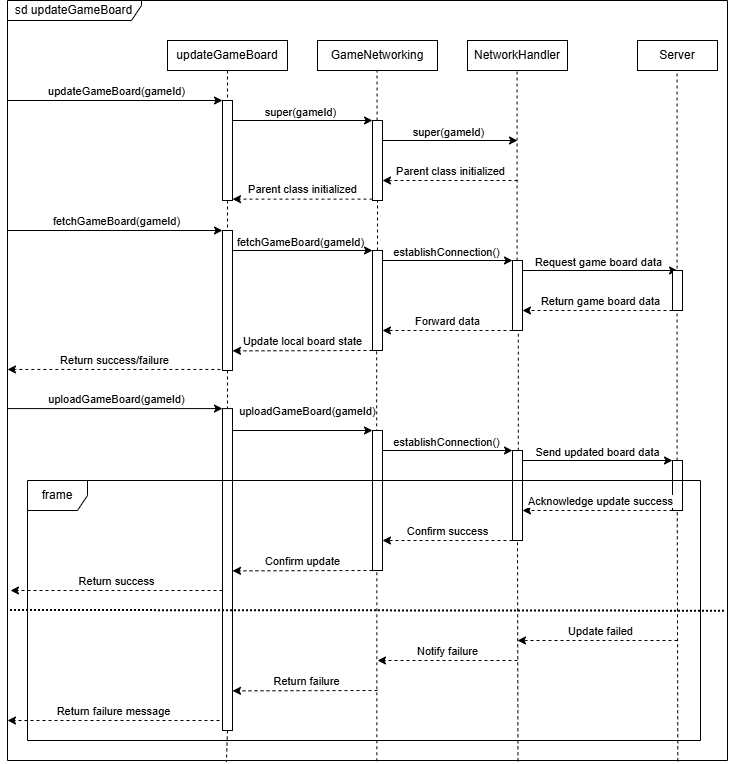
This is iteration1_deliverables/sequence_diagrams/updateGameBoard_sequence.png from SarimEkram/Multiplayer-Board-platform, a draw.io export, as it was before one commit. Source tidied: cells renumbered, new cells last; positions are measured from the earlier drawing's top-left corner, leaving out a move shared by most shapes.
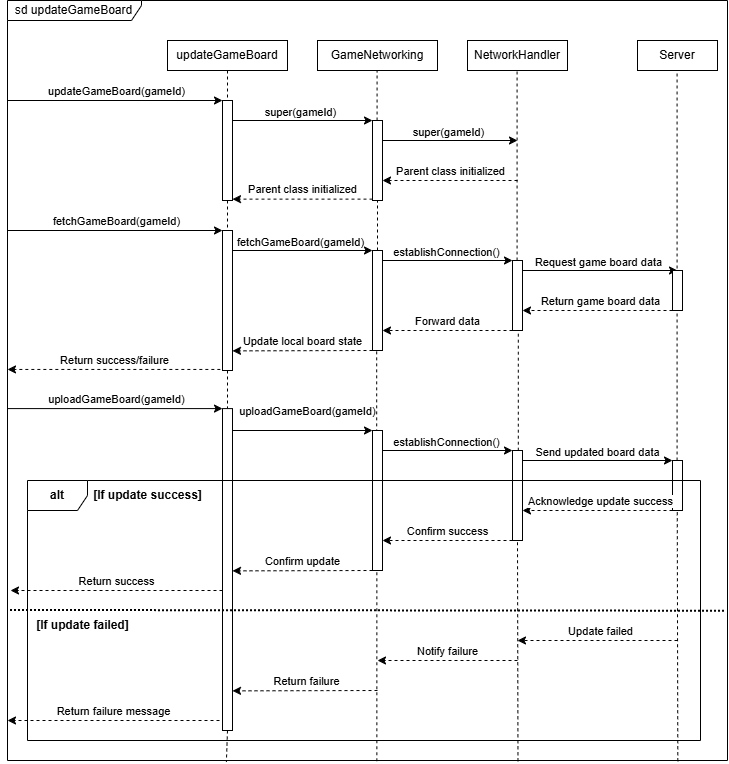
Above is the later version.

Commit message:
Minor changes in sequence diagram for updateGameBoard

Diff of the diagram source:
```diff
@@ -286,7 +286,7 @@
     <mxCell id="65" style="html=1;points=[[0,0,0,0,5],[0,1,0,0,-5],[1,0,0,0,5],[1,1,0,0,-5]];perimeter=orthogonalPerimeter;outlineConnect=0;targetShapes=umlLifeline;portConstraint=eastwest;newEdgeStyle={&quot;curved&quot;:0,&quot;rounded&quot;:0};" parent="1" vertex="1">
       <mxGeometry x="665" y="460" width="10" height="50" as="geometry" />
     </mxCell>
-    <mxCell id="66" value="frame" style="shape=umlFrame;whiteSpace=wrap;html=1;" parent="1" vertex="1">
+    <mxCell id="66" value="&lt;b&gt;alt&lt;/b&gt;" style="shape=umlFrame;whiteSpace=wrap;html=1;" parent="1" vertex="1">
       <mxGeometry x="20" y="480" width="673" height="260" as="geometry" />
     </mxCell>
     <mxCell id="67" style="endArrow=classic;html=1;rounded=0;dashed=1;" parent="1" edge="1">
@@ -383,5 +383,11 @@
         <mxPoint y="-10" as="offset" />
       </mxGeometry>
     </mxCell>
+    <mxCell id="84" value="&lt;b&gt;[If update success]&lt;/b&gt;" style="text;html=1;align=center;verticalAlign=middle;strokeColor=none;fillColor=none;" parent="1" vertex="1">
+      <mxGeometry x="75" y="480" width="130" height="30" as="geometry" />
+    </mxCell>
+    <mxCell id="85" value="&lt;b&gt;[If update failed]&lt;/b&gt;" style="text;html=1;align=center;verticalAlign=middle;strokeColor=none;fillColor=none;" parent="1" vertex="1">
+      <mxGeometry x="15" y="610" width="120" height="30" as="geometry" />
+    </mxCell>
   </root>
 </mxGraphModel>
```
